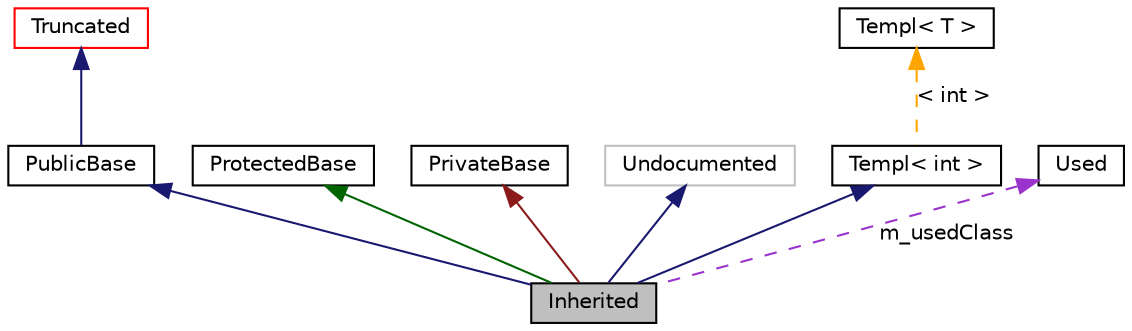
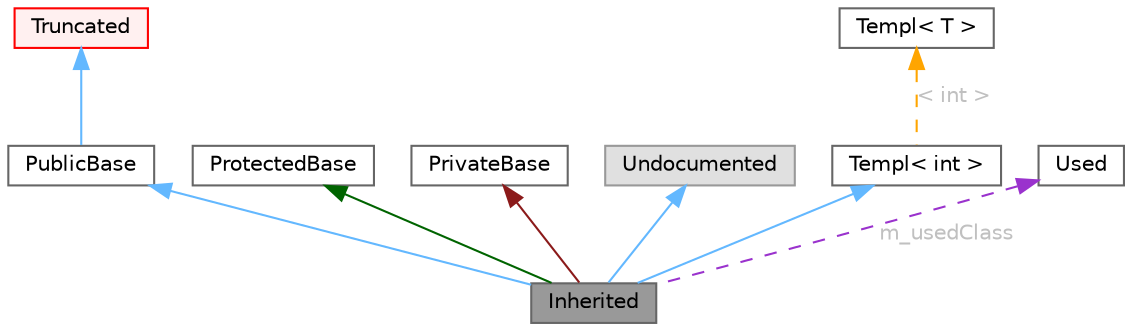
digraph "Graph Legend"
{
 // LATEX_PDF_SIZE
  bgcolor="transparent";
-   edge [fontname="Helvetica",fontsize="10",labelfontname="Helvetica",labelfontsize="10"];
-   node [fontname="Helvetica",fontsize="10",shape=record];
-   Node9 [shape="box",label="Inherited",fontsize="10",height=0.2,width=0.4,fontname="Helvetica",fillcolor="grey75",style="filled" fontcolor="black"];
-   Node10 -> Node9 [dir="back",color="midnightblue",fontsize="10",style="solid",fontname="Helvetica"];
-   Node10 [shape="box",label="PublicBase",fontsize="10",height=0.2,width=0.4,fontname="Helvetica",color="black"];
-   Node11 -> Node10 [dir="back",color="midnightblue",fontsize="10",style="solid",fontname="Helvetica"];
-   Node11 [shape="box",label="Truncated",fontsize="10",height=0.2,width=0.4,fontname="Helvetica",color="red"];
-   Node13 -> Node9 [dir="back",color="darkgreen",fontsize="10",style="solid",fontname="Helvetica"];
-   Node13 [shape="box",label="ProtectedBase",fontsize="10",height=0.2,width=0.4,fontname="Helvetica",color="black"];
-   Node14 -> Node9 [dir="back",color="firebrick4",fontsize="10",style="solid",fontname="Helvetica"];
-   Node14 [shape="box",label="PrivateBase",fontsize="10",height=0.2,width=0.4,fontname="Helvetica",color="black"];
-   Node15 -> Node9 [dir="back",color="midnightblue",fontsize="10",style="solid",fontname="Helvetica"];
-   Node15 [shape="box",label="Undocumented",fontsize="10",height=0.2,width=0.4,fontname="Helvetica",color="grey75"];
-   Node16 -> Node9 [dir="back",color="midnightblue",fontsize="10",style="solid",fontname="Helvetica"];
-   Node16 [shape="box",label="Templ< int >",fontsize="10",height=0.2,width=0.4,fontname="Helvetica",color="black"];
-   Node17 -> Node16 [dir="back",color="orange",fontsize="10",style="dashed",label="< int >",fontname="Helvetica"];
-   Node17 [shape="box",label="Templ< T >",fontsize="10",height=0.2,width=0.4,fontname="Helvetica",color="black"];
-   Node18 -> Node9 [dir="back",color="darkorchid3",fontsize="10",style="dashed",label="m_usedClass",fontname="Helvetica"];
-   Node18 [shape="box",label="Used",fontsize="10",height=0.2,width=0.4,fontname="Helvetica",color="black"];
+   edge [fontname=Helvetica,fontsize=10,labelfontname=Helvetica,labelfontsize=10];
+   node [fontname=Helvetica,fontsize=10,shape=box,height=0.2,width=0.4];
+   Node9 [id="Node000009",label="Inherited",height=0.2,width=0.4,color="gray40", fillcolor="grey60", style="filled", fontcolor="black",tooltip=" "];
+   Node10 -> Node9 [dir="back",color="steelblue1",style="solid" tooltip=" "];
+   Node10 [id="Node000010",label="PublicBase",height=0.2,width=0.4,color="grey40", fillcolor="white", style="filled",tooltip=" "];
+   Node11 -> Node10 [dir="back",color="steelblue1",style="solid" tooltip=" "];
+   Node11 [id="Node000011",label="Truncated",height=0.2,width=0.4,color="red", fillcolor="#FFF0F0", style="filled",tooltip=" "];
+   Node13 -> Node9 [dir="back",color="darkgreen",style="solid" tooltip=" "];
+   Node13 [label="ProtectedBase",color="gray40",fillcolor="white",style="filled" tooltip=" "];
+   Node14 -> Node9 [dir="back",color="firebrick4",style="solid" tooltip=" "];
+   Node14 [label="PrivateBase",color="gray40",fillcolor="white",style="filled" tooltip=" "];
+   Node15 -> Node9 [dir="back",color="steelblue1",style="solid" tooltip=" "];
+   Node15 [id="Node000015",label="Undocumented",height=0.2,width=0.4,color="grey60", fillcolor="#E0E0E0", style="filled",tooltip=" "];
+   Node16 -> Node9 [dir="back",color="steelblue1",style="solid" tooltip=" "];
+   Node16 [label="Templ\< int \>",color="gray40",fillcolor="white",style="filled" tooltip=" "];
+   Node17 -> Node16 [dir="back",color="orange",style="dashed",label="< int >",fontcolor="grey" tooltip=" "];
+   Node17 [label="Templ\< T \>",color="gray40",fillcolor="white",style="filled" tooltip=" "];
+   Node18 -> Node9 [dir="back",color="darkorchid3",style="dashed",label="m_usedClass",fontcolor="grey" tooltip=" "];
+   Node18 [label="Used",color="gray40",fillcolor="white",style="filled" tooltip=" "];
}
